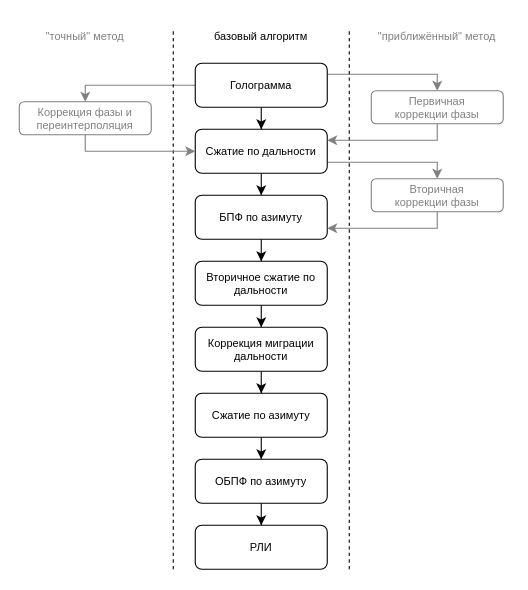
A1rsenij/sar-model keeps this draw.io diagram as images/RDA.drawio. Above is the earlier version. Source tidied: cells renumbered, new cells numbered last; positions are measured from the earlier drawing's top-left corner, leaving out a move shared by most shapes. Both pictures are drawn from the tidied source at 110%, with x=0, y=0 at pixel (19, 19).
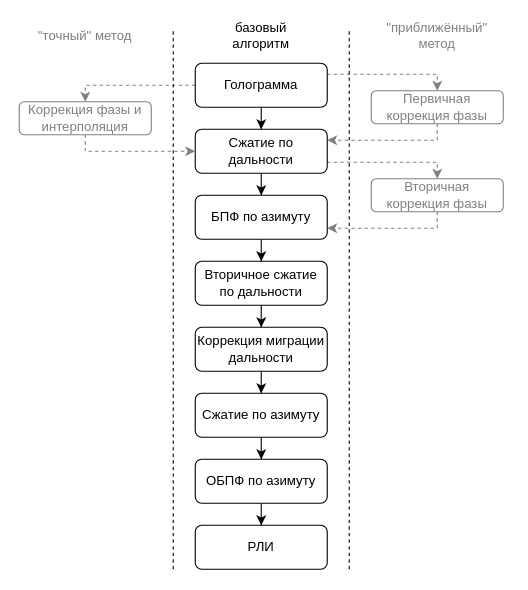
After the change.

Change to the diagram source:
```diff
@@
-    <mxCell id="2" style="edgeStyle=orthogonalEdgeStyle;rounded=0;jettySize=auto;fontFamily=JetBrains Mono;fontSize=10;" parent="1" edge="1" source="5" target="8">
+    <mxCell id="2" style="edgeStyle=orthogonalEdgeStyle;rounded=0;jettySize=auto;fontFamily=JetBrains Mono;fontSize=12;" parent="1" edge="1" source="5" target="8">
       <mxGeometry relative="1" as="geometry" />
     </mxCell>
-    <mxCell id="3" style="edgeStyle=orthogonalEdgeStyle;rounded=0;jettySize=auto;exitX=0;exitY=0.5;exitDx=0;exitDy=0;entryX=0.5;entryY=0;entryDx=0;entryDy=0;strokeColor=#808080;fontFamily=JetBrains Mono;fontSize=10;" parent="1" edge="1" source="5" target="26">
+    <mxCell id="3" style="edgeStyle=orthogonalEdgeStyle;rounded=0;jettySize=auto;exitX=0;exitY=0.5;exitDx=0;exitDy=0;entryX=0.5;entryY=0;entryDx=0;entryDy=0;strokeColor=#808080;fontFamily=JetBrains Mono;fontSize=12;dashed=1;" parent="1" edge="1" source="5" target="26">
       <mxGeometry relative="1" as="geometry">
         <Array as="points">
           <mxPoint x="60" y="60" />
         </Array>
       </mxGeometry>
     </mxCell>
-    <mxCell id="4" style="edgeStyle=orthogonalEdgeStyle;rounded=0;jettySize=auto;exitX=1;exitY=0.25;exitDx=0;exitDy=0;entryX=0.5;entryY=0;entryDx=0;entryDy=0;strokeColor=light-dark(#808080, #ededed);fontFamily=JetBrains Mono;fontSize=10;" parent="1" edge="1" source="5" target="28">
+    <mxCell id="4" style="edgeStyle=orthogonalEdgeStyle;rounded=0;jettySize=auto;exitX=1;exitY=0.25;exitDx=0;exitDy=0;entryX=0.5;entryY=0;entryDx=0;entryDy=0;strokeColor=light-dark(#808080, #ededed);fontFamily=JetBrains Mono;fontSize=12;dashed=1;" parent="1" edge="1" source="5" target="28">
       <mxGeometry relative="1" as="geometry">
         <Array as="points">
           <mxPoint x="380" y="50" />
         </Array>
       </mxGeometry>
     </mxCell>
-    <mxCell id="5" value="Голограмма" style="rounded=1;fontSize=10;glass=0;strokeWidth=1;shadow=0;fontFamily=JetBrains Mono;whiteSpace=wrap;" parent="1" vertex="1">
+    <mxCell id="5" value="Голограмма" style="rounded=1;fontSize=12;glass=0;strokeWidth=1;shadow=0;fontFamily=JetBrains Mono;whiteSpace=wrap;" parent="1" vertex="1">
       <mxGeometry x="160" y="40" width="120" height="40" as="geometry" />
     </mxCell>
-    <mxCell id="6" style="edgeStyle=orthogonalEdgeStyle;rounded=0;jettySize=auto;fontFamily=JetBrains Mono;fontSize=10;" parent="1" edge="1" source="8" target="10">
+    <mxCell id="6" style="edgeStyle=orthogonalEdgeStyle;rounded=0;jettySize=auto;fontFamily=JetBrains Mono;fontSize=12;" parent="1" edge="1" source="8" target="10">
       <mxGeometry relative="1" as="geometry" />
     </mxCell>
-    <mxCell id="7" style="edgeStyle=orthogonalEdgeStyle;rounded=0;jettySize=auto;exitX=1;exitY=0.75;exitDx=0;exitDy=0;entryX=0.5;entryY=0;entryDx=0;entryDy=0;strokeColor=light-dark(#808080, #ededed);fontFamily=JetBrains Mono;fontSize=10;" parent="1" edge="1" source="8" target="30">
+    <mxCell id="7" style="edgeStyle=orthogonalEdgeStyle;rounded=0;jettySize=auto;exitX=1;exitY=0.75;exitDx=0;exitDy=0;entryX=0.5;entryY=0;entryDx=0;entryDy=0;strokeColor=light-dark(#808080, #ededed);fontFamily=JetBrains Mono;fontSize=12;dashed=1;" parent="1" edge="1" source="8" target="30">
       <mxGeometry relative="1" as="geometry">
         <Array as="points">
           <mxPoint x="380" y="130" />
         </Array>
       </mxGeometry>
     </mxCell>
-    <mxCell id="8" value="Сжатие по дальности" style="rounded=1;glass=0;strokeWidth=1;shadow=0;fontFamily=JetBrains Mono;fontSize=10;whiteSpace=wrap;" parent="1" vertex="1">
+    <mxCell id="8" value="Сжатие по дальности" style="rounded=1;glass=0;strokeWidth=1;shadow=0;fontFamily=JetBrains Mono;fontSize=12;whiteSpace=wrap;" parent="1" vertex="1">
       <mxGeometry x="160" y="100" width="120" height="40" as="geometry" />
     </mxCell>
-    <mxCell id="9" style="edgeStyle=orthogonalEdgeStyle;rounded=0;jettySize=auto;fontFamily=JetBrains Mono;fontSize=10;" parent="1" edge="1" source="10" target="12">
+    <mxCell id="9" style="edgeStyle=orthogonalEdgeStyle;rounded=0;jettySize=auto;fontFamily=JetBrains Mono;fontSize=12;" parent="1" edge="1" source="10" target="12">
       <mxGeometry relative="1" as="geometry" />
     </mxCell>
-    <mxCell id="10" value="БПФ по азимуту" style="rounded=1;glass=0;strokeWidth=1;shadow=0;fontFamily=JetBrains Mono;fontSize=10;whiteSpace=wrap;" parent="1" vertex="1">
+    <mxCell id="10" value="БПФ по азимуту" style="rounded=1;glass=0;strokeWidth=1;shadow=0;fontFamily=JetBrains Mono;fontSize=12;whiteSpace=wrap;" parent="1" vertex="1">
       <mxGeometry x="160" y="160" width="120" height="40" as="geometry" />
     </mxCell>
-    <mxCell id="11" style="edgeStyle=orthogonalEdgeStyle;rounded=0;jettySize=auto;fontFamily=JetBrains Mono;fontSize=10;" parent="1" edge="1" source="12" target="14">
+    <mxCell id="11" style="edgeStyle=orthogonalEdgeStyle;rounded=0;jettySize=auto;fontFamily=JetBrains Mono;fontSize=12;" parent="1" edge="1" source="12" target="14">
       <mxGeometry relative="1" as="geometry" />
     </mxCell>
-    <mxCell id="12" value="Вторичное сжатие по дальности" style="rounded=1;glass=0;strokeWidth=1;shadow=0;fontFamily=JetBrains Mono;fontSize=10;whiteSpace=wrap;" parent="1" vertex="1">
+    <mxCell id="12" value="Вторичное сжатие по дальности" style="rounded=1;glass=0;strokeWidth=1;shadow=0;fontFamily=JetBrains Mono;fontSize=12;whiteSpace=wrap;" parent="1" vertex="1">
       <mxGeometry x="160" y="220" width="120" height="40" as="geometry" />
     </mxCell>
-    <mxCell id="13" style="edgeStyle=orthogonalEdgeStyle;rounded=0;jettySize=auto;fontFamily=JetBrains Mono;fontSize=10;" parent="1" edge="1" source="14" target="16">
+    <mxCell id="13" style="edgeStyle=orthogonalEdgeStyle;rounded=0;jettySize=auto;fontFamily=JetBrains Mono;fontSize=12;" parent="1" edge="1" source="14" target="16">
       <mxGeometry relative="1" as="geometry" />
     </mxCell>
-    <mxCell id="14" value="Коррекция миграции дальности" style="rounded=1;glass=0;strokeWidth=1;shadow=0;fontFamily=JetBrains Mono;fontSize=10;whiteSpace=wrap;" parent="1" vertex="1">
+    <mxCell id="14" value="Коррекция миграции дальности" style="rounded=1;glass=0;strokeWidth=1;shadow=0;fontFamily=JetBrains Mono;fontSize=12;whiteSpace=wrap;" parent="1" vertex="1">
       <mxGeometry x="160" y="280" width="120" height="40" as="geometry" />
     </mxCell>
-    <mxCell id="15" style="edgeStyle=orthogonalEdgeStyle;rounded=0;jettySize=auto;fontFamily=JetBrains Mono;fontSize=10;" parent="1" edge="1" source="16" target="18">
+    <mxCell id="15" style="edgeStyle=orthogonalEdgeStyle;rounded=0;jettySize=auto;fontFamily=JetBrains Mono;fontSize=12;" parent="1" edge="1" source="16" target="18">
       <mxGeometry relative="1" as="geometry" />
     </mxCell>
-    <mxCell id="16" value="Сжатие по азимуту" style="rounded=1;glass=0;strokeWidth=1;shadow=0;fontFamily=JetBrains Mono;fontSize=10;whiteSpace=wrap;" parent="1" vertex="1">
+    <mxCell id="16" value="Сжатие по азимуту" style="rounded=1;glass=0;strokeWidth=1;shadow=0;fontFamily=JetBrains Mono;fontSize=12;whiteSpace=wrap;" parent="1" vertex="1">
       <mxGeometry x="160" y="340" width="120" height="40" as="geometry" />
     </mxCell>
-    <mxCell id="17" style="edgeStyle=orthogonalEdgeStyle;rounded=0;jettySize=auto;fontFamily=JetBrains Mono;fontSize=10;" parent="1" edge="1" source="18" target="19">
+    <mxCell id="17" style="edgeStyle=orthogonalEdgeStyle;rounded=0;jettySize=auto;fontFamily=JetBrains Mono;fontSize=12;" parent="1" edge="1" source="18" target="19">
       <mxGeometry relative="1" as="geometry" />
     </mxCell>
-    <mxCell id="18" value="ОБПФ по азимуту" style="rounded=1;glass=0;strokeWidth=1;shadow=0;fontFamily=JetBrains Mono;fontSize=10;whiteSpace=wrap;" parent="1" vertex="1">
+    <mxCell id="18" value="ОБПФ по азимуту" style="rounded=1;glass=0;strokeWidth=1;shadow=0;fontFamily=JetBrains Mono;fontSize=12;whiteSpace=wrap;" parent="1" vertex="1">
       <mxGeometry x="160" y="400" width="120" height="40" as="geometry" />
     </mxCell>
-    <mxCell id="19" value="РЛИ" style="rounded=1;glass=0;strokeWidth=1;shadow=0;fontFamily=JetBrains Mono;fontSize=10;whiteSpace=wrap;" parent="1" vertex="1">
+    <mxCell id="19" value="РЛИ" style="rounded=1;glass=0;strokeWidth=1;shadow=0;fontFamily=JetBrains Mono;fontSize=12;whiteSpace=wrap;" parent="1" vertex="1">
       <mxGeometry x="160" y="460" width="120" height="40" as="geometry" />
     </mxCell>
-    <mxCell id="20" style="endArrow=none;dashed=1;rounded=0;fontFamily=JetBrains Mono;fontSize=10;" parent="1" edge="1">
+    <mxCell id="20" style="endArrow=none;dashed=1;rounded=0;fontFamily=JetBrains Mono;fontSize=12;" parent="1" edge="1">
       <mxGeometry relative="1" as="geometry">
         <mxPoint x="140" y="500" as="sourcePoint" />
         <mxPoint x="140" y="10" as="targetPoint" />
       </mxGeometry>
     </mxCell>
-    <mxCell id="21" style="endArrow=none;dashed=1;rounded=0;fontFamily=JetBrains Mono;fontSize=10;" parent="1" edge="1">
+    <mxCell id="21" style="endArrow=none;dashed=1;rounded=0;fontFamily=JetBrains Mono;fontSize=12;" parent="1" edge="1">
       <mxGeometry relative="1" as="geometry">
         <mxPoint x="300" y="500" as="sourcePoint" />
         <mxPoint x="300" y="10" as="targetPoint" />
       </mxGeometry>
     </mxCell>
-    <mxCell id="22" value="&quot;точный&quot; метод" style="text;align=center;verticalAlign=middle;rounded=0;fontFamily=JetBrains Mono;fontSize=10;fontColor=light-dark(#808080, #ededed);whiteSpace=wrap;" parent="1" vertex="1">
+    <mxCell id="22" value="&quot;точный&quot; метод" style="text;align=center;verticalAlign=middle;rounded=0;fontFamily=JetBrains Mono;fontSize=12;fontColor=light-dark(#808080, #ededed);whiteSpace=wrap;" parent="1" vertex="1">
       <mxGeometry x="10" width="100" height="30" as="geometry" />
     </mxCell>
-    <mxCell id="23" value="базовый алгоритм" style="text;align=center;verticalAlign=middle;rounded=0;fontFamily=JetBrains Mono;fontSize=10;whiteSpace=wrap;" parent="1" vertex="1">
+    <mxCell id="23" value="базовый алгоритм" style="text;align=center;verticalAlign=middle;rounded=0;fontFamily=JetBrains Mono;fontSize=12;whiteSpace=wrap;" parent="1" vertex="1">
       <mxGeometry x="170" width="100" height="30" as="geometry" />
     </mxCell>
-    <mxCell id="24" value="&quot;приближённый&quot; метод" style="text;align=center;verticalAlign=middle;rounded=0;fontFamily=JetBrains Mono;fontSize=10;fontColor=light-dark(#808080, #ededed);whiteSpace=wrap;" parent="1" vertex="1">
+    <mxCell id="24" value="&quot;приближённый&quot; метод" style="text;align=center;verticalAlign=middle;rounded=0;fontFamily=JetBrains Mono;fontSize=12;fontColor=light-dark(#808080, #ededed);whiteSpace=wrap;" parent="1" vertex="1">
       <mxGeometry x="315" width="130" height="30" as="geometry" />
     </mxCell>
-    <mxCell id="25" style="edgeStyle=orthogonalEdgeStyle;rounded=0;jettySize=auto;exitX=0.5;exitY=1;exitDx=0;exitDy=0;entryX=0;entryY=0.5;entryDx=0;entryDy=0;strokeColor=#808080;fontFamily=JetBrains Mono;fontSize=10;" parent="1" edge="1" source="26" target="8">
+    <mxCell id="25" style="edgeStyle=orthogonalEdgeStyle;rounded=0;jettySize=auto;exitX=0.5;exitY=1;exitDx=0;exitDy=0;entryX=0;entryY=0.5;entryDx=0;entryDy=0;strokeColor=#808080;fontFamily=JetBrains Mono;fontSize=12;dashed=1;" parent="1" edge="1" source="26" target="8">
       <mxGeometry relative="1" as="geometry">
         <Array as="points">
           <mxPoint x="60" y="120" />
         </Array>
       </mxGeometry>
     </mxCell>
-    <mxCell id="26" value="Коррекция фазы и переинтерполяция" style="rounded=1;fontSize=10;glass=0;strokeWidth=1;shadow=0;fontFamily=JetBrains Mono;strokeColor=light-dark(#808080, #535353);fontColor=#808080;whiteSpace=wrap;" parent="1" vertex="1">
+    <mxCell id="26" value="Коррекция фазы и интерполяция" style="rounded=1;fontSize=12;glass=0;strokeWidth=1;shadow=0;fontFamily=JetBrains Mono;strokeColor=light-dark(#808080, #535353);fontColor=#808080;whiteSpace=wrap;" parent="1" vertex="1">
       <mxGeometry y="75" width="120" height="30" as="geometry" />
     </mxCell>
-    <mxCell id="27" style="edgeStyle=orthogonalEdgeStyle;rounded=0;jettySize=auto;exitX=0.5;exitY=1;exitDx=0;exitDy=0;entryX=1;entryY=0.25;entryDx=0;entryDy=0;strokeColor=light-dark(#808080, #ededed);fontFamily=JetBrains Mono;fontSize=10;" parent="1" edge="1" source="28" target="8">
+    <mxCell id="27" style="edgeStyle=orthogonalEdgeStyle;rounded=0;jettySize=auto;exitX=0.5;exitY=1;exitDx=0;exitDy=0;entryX=1;entryY=0.25;entryDx=0;entryDy=0;strokeColor=light-dark(#808080, #ededed);fontFamily=JetBrains Mono;fontSize=12;dashed=1;" parent="1" edge="1" source="28" target="8">
       <mxGeometry relative="1" as="geometry">
         <Array as="points">
           <mxPoint x="380" y="110" />
         </Array>
       </mxGeometry>
     </mxCell>
-    <mxCell id="28" value="Первичная&#10;коррекции фазы" style="rounded=1;fontSize=10;glass=0;strokeWidth=1;shadow=0;fontFamily=JetBrains Mono;strokeColor=light-dark(#808080, #535353);fontColor=#808080;whiteSpace=wrap;" parent="1" vertex="1">
+    <mxCell id="28" value="Первичная&#10;коррекция фазы" style="rounded=1;fontSize=12;glass=0;strokeWidth=1;shadow=0;fontFamily=JetBrains Mono;strokeColor=light-dark(#808080, #535353);fontColor=#808080;whiteSpace=wrap;" parent="1" vertex="1">
       <mxGeometry x="320" y="65" width="120" height="30" as="geometry" />
     </mxCell>
-    <mxCell id="29" style="edgeStyle=orthogonalEdgeStyle;rounded=0;jettySize=auto;exitX=0.5;exitY=1;exitDx=0;exitDy=0;entryX=1;entryY=0.75;entryDx=0;entryDy=0;strokeColor=light-dark(#808080, #ededed);fontFamily=JetBrains Mono;fontSize=10;" parent="1" edge="1" source="30" target="10">
+    <mxCell id="29" style="edgeStyle=orthogonalEdgeStyle;rounded=0;jettySize=auto;exitX=0.5;exitY=1;exitDx=0;exitDy=0;entryX=1;entryY=0.75;entryDx=0;entryDy=0;strokeColor=light-dark(#808080, #ededed);fontFamily=JetBrains Mono;fontSize=12;dashed=1;" parent="1" edge="1" source="30" target="10">
       <mxGeometry relative="1" as="geometry">
         <Array as="points">
           <mxPoint x="380" y="190" />
         </Array>
       </mxGeometry>
     </mxCell>
-    <mxCell id="30" value="Вторичная&#10;коррекции фазы" style="rounded=1;fontSize=10;glass=0;strokeWidth=1;shadow=0;fontFamily=JetBrains Mono;strokeColor=light-dark(#808080, #535353);fontColor=#808080;whiteSpace=wrap;" parent="1" vertex="1">
+    <mxCell id="30" value="Вторичная&#10;коррекция фазы" style="rounded=1;fontSize=12;glass=0;strokeWidth=1;shadow=0;fontFamily=JetBrains Mono;strokeColor=light-dark(#808080, #535353);fontColor=#808080;whiteSpace=wrap;" parent="1" vertex="1">
       <mxGeometry x="320" y="145" width="120" height="30" as="geometry" />
     </mxCell>
```
